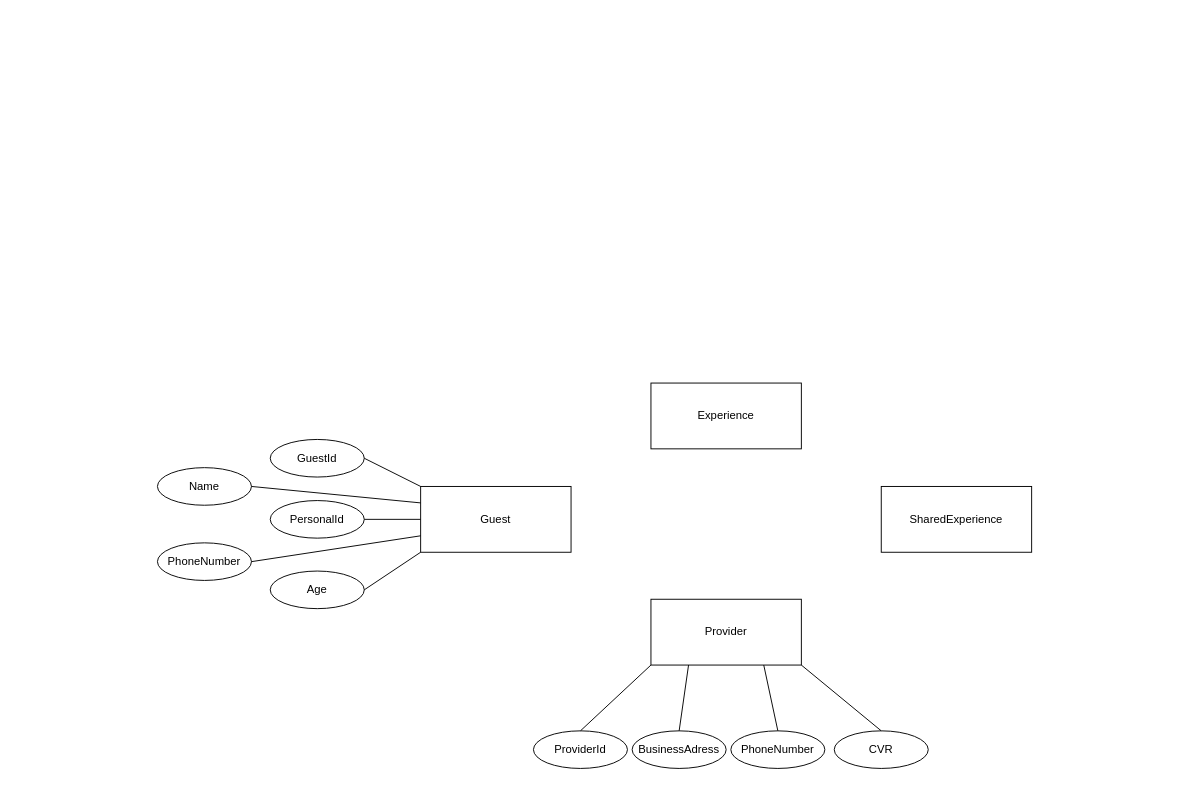
Above: BAD/Assignment1/ERDiagram.drawio in ReneDiff/4.-Semester (draw.io), before the change. Source tidied: cells renumbered, new cells numbered last; positions are measured from the earlier drawing's top-left corner, leaving out a move shared by most shapes. Both pictures are drawn from the tidied source at 94%, with x=0, y=0 at pixel (157, 383).
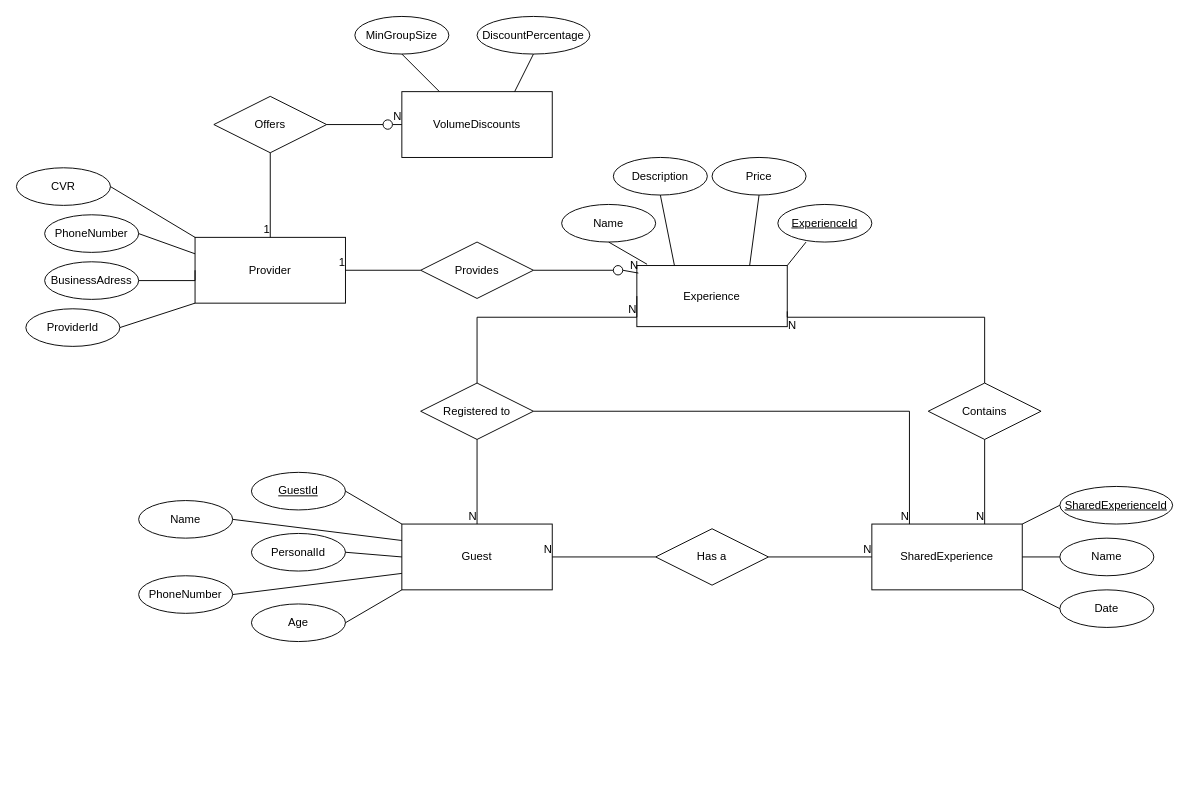
The same diagram, later.

The edit, as a diff of the source:
```diff
@@
     <mxCell id="2" value="Guest" style="whiteSpace=wrap;html=1;align=center;" parent="1" vertex="1">
-      <mxGeometry x="280" y="110" width="160" height="70" as="geometry" />
+      <mxGeometry x="260" y="150" width="160" height="70" as="geometry" />
     </mxCell>
-    <mxCell id="3" value="Provider" style="whiteSpace=wrap;html=1;align=center;" parent="1" vertex="1">
-      <mxGeometry x="525" y="230" width="160" height="70" as="geometry" />
+    <mxCell id="3" value="Provider" style="whiteSpace=wrap;html=1;align=center;direction=east;" parent="1" vertex="1">
+      <mxGeometry x="40" y="-155" width="160" height="70" as="geometry" />
     </mxCell>
     <mxCell id="4" value="SharedExperience" style="whiteSpace=wrap;html=1;align=center;" parent="1" vertex="1">
-      <mxGeometry x="770" y="110" width="160" height="70" as="geometry" />
+      <mxGeometry x="760" y="150" width="160" height="70" as="geometry" />
     </mxCell>
-    <mxCell id="5" value="Experience" style="whiteSpace=wrap;html=1;align=center;" parent="1" vertex="1">
-      <mxGeometry x="525" width="160" height="70" as="geometry" />
-    </mxCell>
-    <mxCell id="6" value="ProviderId" style="ellipse;whiteSpace=wrap;html=1;align=center;fontStyle=0;" parent="1" vertex="1">
-      <mxGeometry x="400" y="370" width="100" height="40" as="geometry" />
+    <mxCell id="6" value="ProviderId" style="ellipse;whiteSpace=wrap;html=1;align=center;fontStyle=0;direction=east;" parent="1" vertex="1">
+      <mxGeometry x="-140" y="-79" width="100" height="40" as="geometry" />
     </mxCell>
-    <mxCell id="7" value="BusinessAdress" style="ellipse;whiteSpace=wrap;html=1;align=center;fontStyle=0;" parent="1" vertex="1">
-      <mxGeometry x="505" y="370" width="100" height="40" as="geometry" />
+    <mxCell id="7" value="BusinessAdress" style="ellipse;whiteSpace=wrap;html=1;align=center;fontStyle=0;direction=east;" parent="1" vertex="1">
+      <mxGeometry x="-120" y="-129" width="100" height="40" as="geometry" />
     </mxCell>
-    <mxCell id="8" value="PhoneNumber" style="ellipse;whiteSpace=wrap;html=1;align=center;fontStyle=0;" parent="1" vertex="1">
-      <mxGeometry x="610" y="370" width="100" height="40" as="geometry" />
+    <mxCell id="8" value="PhoneNumber" style="ellipse;whiteSpace=wrap;html=1;align=center;fontStyle=0;direction=east;" parent="1" vertex="1">
+      <mxGeometry x="-120" y="-179" width="100" height="40" as="geometry" />
     </mxCell>
-    <mxCell id="9" value="CVR" style="ellipse;whiteSpace=wrap;html=1;align=center;fontStyle=0;" parent="1" vertex="1">
-      <mxGeometry x="720" y="370" width="100" height="40" as="geometry" />
+    <mxCell id="9" value="CVR" style="ellipse;whiteSpace=wrap;html=1;align=center;fontStyle=0;direction=east;" parent="1" vertex="1">
+      <mxGeometry x="-150" y="-229" width="100" height="40" as="geometry" />
     </mxCell>
-    <mxCell id="10" style="endArrow=none;html=1;rounded=0;entryX=0;entryY=1;entryDx=0;entryDy=0;exitX=0.5;exitY=0;exitDx=0;exitDy=0;" parent="1" edge="1" source="6" target="3">
+    <mxCell id="10" style="endArrow=none;html=1;rounded=0;entryX=0;entryY=1;entryDx=0;entryDy=0;exitX=1;exitY=0.5;exitDx=0;exitDy=0;" parent="1" edge="1" source="6" target="3">
       <mxGeometry relative="1" as="geometry" />
     </mxCell>
-    <mxCell id="11" style="endArrow=none;html=1;rounded=0;entryX=0.25;entryY=1;entryDx=0;entryDy=0;exitX=0.5;exitY=0;exitDx=0;exitDy=0;" parent="1" edge="1" source="7" target="3">
-      <mxGeometry relative="1" as="geometry" />
+    <mxCell id="11" style="endArrow=none;html=1;rounded=0;entryX=0;entryY=0.5;entryDx=0;entryDy=0;exitX=1;exitY=0.5;exitDx=0;exitDy=0;" parent="1" edge="1" source="7" target="3">
+      <mxGeometry relative="1" as="geometry">
+        <Array as="points">
+          <mxPoint x="40" y="-109" />
+        </Array>
+      </mxGeometry>
     </mxCell>
-    <mxCell id="12" style="endArrow=none;html=1;rounded=0;entryX=0.75;entryY=1;entryDx=0;entryDy=0;exitX=0.5;exitY=0;exitDx=0;exitDy=0;" parent="1" edge="1" source="8" target="3">
+    <mxCell id="12" style="endArrow=none;html=1;rounded=0;entryX=0;entryY=0.25;entryDx=0;entryDy=0;exitX=1;exitY=0.5;exitDx=0;exitDy=0;" parent="1" edge="1" source="8" target="3">
       <mxGeometry relative="1" as="geometry" />
     </mxCell>
-    <mxCell id="13" style="endArrow=none;html=1;rounded=0;exitX=1;exitY=1;exitDx=0;exitDy=0;entryX=0.5;entryY=0;entryDx=0;entryDy=0;" parent="1" edge="1" source="3" target="9">
+    <mxCell id="13" style="endArrow=none;html=1;rounded=0;exitX=0;exitY=0;exitDx=0;exitDy=0;entryX=1;entryY=0.5;entryDx=0;entryDy=0;" parent="1" edge="1" source="3" target="9">
       <mxGeometry relative="1" as="geometry" />
     </mxCell>
-    <mxCell id="14" value="GuestId" style="ellipse;whiteSpace=wrap;html=1;align=center;fontStyle=0;" parent="1" vertex="1">
-      <mxGeometry x="120" y="60" width="100" height="40" as="geometry" />
+    <mxCell id="14" value="GuestId" style="ellipse;whiteSpace=wrap;html=1;align=center;fontStyle=4;" parent="1" vertex="1">
+      <mxGeometry x="100" y="95" width="100" height="40" as="geometry" />
     </mxCell>
     <mxCell id="15" value="Name" style="ellipse;whiteSpace=wrap;html=1;align=center;fontStyle=0;" parent="1" vertex="1">
-      <mxGeometry y="90" width="100" height="40" as="geometry" />
+      <mxGeometry x="-20" y="125" width="100" height="40" as="geometry" />
     </mxCell>
     <mxCell id="16" value="PhoneNumber" style="ellipse;whiteSpace=wrap;html=1;align=center;fontStyle=0;" parent="1" vertex="1">
-      <mxGeometry y="170" width="100" height="40" as="geometry" />
+      <mxGeometry x="-20" y="205" width="100" height="40" as="geometry" />
     </mxCell>
     <mxCell id="17" value="Age" style="ellipse;whiteSpace=wrap;html=1;align=center;fontStyle=0;" parent="1" vertex="1">
-      <mxGeometry x="120" y="200" width="100" height="40" as="geometry" />
+      <mxGeometry x="100" y="235" width="100" height="40" as="geometry" />
     </mxCell>
     <mxCell id="18" value="PersonalId" style="ellipse;whiteSpace=wrap;html=1;align=center;fontStyle=0;" parent="1" vertex="1">
-      <mxGeometry x="120" y="125" width="100" height="40" as="geometry" />
+      <mxGeometry x="100" y="160" width="100" height="40" as="geometry" />
     </mxCell>
@@
+    <mxCell id="24" value="ExperienceId" style="ellipse;whiteSpace=wrap;html=1;align=center;fontStyle=4;" parent="1" vertex="1">
+      <mxGeometry x="660" y="-190" width="100" height="40" as="geometry" />
+    </mxCell>
+    <mxCell id="25" value="Name" style="ellipse;whiteSpace=wrap;html=1;align=center;fontStyle=0;" parent="1" vertex="1">
+      <mxGeometry x="430" y="-190" width="100" height="40" as="geometry" />
+    </mxCell>
+    <mxCell id="26" value="Description" style="ellipse;whiteSpace=wrap;html=1;align=center;fontStyle=0;" parent="1" vertex="1">
+      <mxGeometry x="485" y="-240" width="100" height="40" as="geometry" />
+    </mxCell>
+    <mxCell id="27" value="Price" style="ellipse;whiteSpace=wrap;html=1;align=center;fontStyle=0;" parent="1" vertex="1">
+      <mxGeometry x="590" y="-240" width="100" height="40" as="geometry" />
+    </mxCell>
+    <mxCell id="28" style="endArrow=none;html=1;rounded=0;exitX=0.5;exitY=1;exitDx=0;exitDy=0;entryX=1;entryY=0;entryDx=0;entryDy=0;" parent="1" edge="1" target="5">
+      <mxGeometry relative="1" as="geometry">
+        <mxPoint x="690" y="-150" as="sourcePoint" />
+      </mxGeometry>
+    </mxCell>
+    <mxCell id="29" style="endArrow=none;html=1;rounded=0;exitX=0.5;exitY=1;exitDx=0;exitDy=0;entryX=0.75;entryY=0;entryDx=0;entryDy=0;" parent="1" edge="1" source="27" target="5">
+      <mxGeometry relative="1" as="geometry" />
+    </mxCell>
+    <mxCell id="30" style="endArrow=none;html=1;rounded=0;exitX=0.5;exitY=1;exitDx=0;exitDy=0;entryX=0.25;entryY=0;entryDx=0;entryDy=0;" parent="1" edge="1" source="26" target="5">
+      <mxGeometry relative="1" as="geometry" />
+    </mxCell>
+    <mxCell id="31" style="endArrow=none;html=1;rounded=0;exitX=0.5;exitY=1;exitDx=0;exitDy=0;entryX=0.068;entryY=-0.021;entryDx=0;entryDy=0;entryPerimeter=0;" parent="1" edge="1" source="25" target="5">
+      <mxGeometry relative="1" as="geometry" />
+    </mxCell>
+    <mxCell id="32" value="SharedExperienceId" style="ellipse;whiteSpace=wrap;html=1;align=center;fontStyle=4;" parent="1" vertex="1">
+      <mxGeometry x="960" y="110" width="120" height="40" as="geometry" />
+    </mxCell>
+    <mxCell id="33" value="Date" style="ellipse;whiteSpace=wrap;html=1;align=center;fontStyle=0;" parent="1" vertex="1">
+      <mxGeometry x="960" y="220" width="100" height="40" as="geometry" />
+    </mxCell>
+    <mxCell id="34" value="Name" style="ellipse;whiteSpace=wrap;html=1;align=center;fontStyle=0;" parent="1" vertex="1">
+      <mxGeometry x="960" y="165" width="100" height="40" as="geometry" />
+    </mxCell>
+    <mxCell id="35" style="endArrow=none;html=1;rounded=0;entryX=0;entryY=0.5;entryDx=0;entryDy=0;exitX=1;exitY=0;exitDx=0;exitDy=0;" parent="1" edge="1" source="4" target="32">
+      <mxGeometry relative="1" as="geometry" />
+    </mxCell>
+    <mxCell id="36" style="endArrow=none;html=1;rounded=0;entryX=0;entryY=0.5;entryDx=0;entryDy=0;exitX=1;exitY=0.5;exitDx=0;exitDy=0;" parent="1" edge="1" source="4" target="34">
+      <mxGeometry relative="1" as="geometry" />
+    </mxCell>
+    <mxCell id="37" style="endArrow=none;html=1;rounded=0;entryX=0;entryY=0.5;entryDx=0;entryDy=0;exitX=1;exitY=1;exitDx=0;exitDy=0;" parent="1" edge="1" source="4" target="33">
+      <mxGeometry relative="1" as="geometry" />
+    </mxCell>
+    <mxCell id="38" value="Contains" style="shape=rhombus;perimeter=rhombusPerimeter;whiteSpace=wrap;html=1;align=center;" parent="1" vertex="1">
+      <mxGeometry x="820" width="120" height="60" as="geometry" />
+    </mxCell>
+    <mxCell id="39" style="endArrow=none;html=1;rounded=0;exitX=0.5;exitY=1;exitDx=0;exitDy=0;entryX=0.75;entryY=0;entryDx=0;entryDy=0;edgeStyle=orthogonalEdgeStyle;" parent="1" edge="1" source="38" target="4">
+      <mxGeometry relative="1" as="geometry" />
+    </mxCell>
+    <mxCell id="40" value="N" style="html=1;align=right;verticalAlign=bottom;" parent="39" vertex="1">
+      <mxGeometry x="1" relative="1" as="geometry" />
+    </mxCell>
+    <mxCell id="41" value="Has a" style="shape=rhombus;perimeter=rhombusPerimeter;whiteSpace=wrap;html=1;align=center;" parent="1" vertex="1">
+      <mxGeometry x="530" y="155" width="120" height="60" as="geometry" />
+    </mxCell>
+    <mxCell id="42" style="endArrow=none;html=1;rounded=0;entryX=1;entryY=0.5;entryDx=0;entryDy=0;exitX=0;exitY=0.5;exitDx=0;exitDy=0;" parent="1" edge="1" source="41" target="2">
+      <mxGeometry relative="1" as="geometry" />
+    </mxCell>
+    <mxCell id="43" value="N" style="html=1;align=right;verticalAlign=bottom;" parent="42" vertex="1">
+      <mxGeometry x="1" relative="1" as="geometry" />
+    </mxCell>
+    <mxCell id="44" value="Registered to" style="shape=rhombus;perimeter=rhombusPerimeter;whiteSpace=wrap;html=1;align=center;" parent="1" vertex="1">
+      <mxGeometry x="280" width="120" height="60" as="geometry" />
+    </mxCell>
+    <mxCell id="45" style="endArrow=none;html=1;rounded=0;exitX=1;exitY=0.5;exitDx=0;exitDy=0;entryX=0;entryY=0.5;entryDx=0;entryDy=0;" parent="1" edge="1" source="41" target="4">
+      <mxGeometry relative="1" as="geometry" />
+    </mxCell>
+    <mxCell id="46" value="N" style="html=1;align=right;verticalAlign=bottom;" parent="45" vertex="1">
+      <mxGeometry x="1" relative="1" as="geometry" />
+    </mxCell>
+    <mxCell id="47" style="endArrow=none;html=1;rounded=0;entryX=1;entryY=0.75;entryDx=0;entryDy=0;exitX=0.5;exitY=0;exitDx=0;exitDy=0;edgeStyle=orthogonalEdgeStyle;" parent="1" edge="1" source="38" target="5">
+      <mxGeometry relative="1" as="geometry">
+        <Array as="points">
+          <mxPoint x="880" y="-70" />
+          <mxPoint x="670" y="-70" />
+        </Array>
+      </mxGeometry>
+    </mxCell>
+    <mxCell id="48" value="N" style="html=1;align=right;verticalAlign=bottom;" parent="47" vertex="1">
+      <mxGeometry x="1" relative="1" as="geometry">
+        <mxPoint x="10" y="23" as="offset" />
+      </mxGeometry>
+    </mxCell>
+    <mxCell id="49" style="endArrow=none;html=1;rounded=0;exitX=0.5;exitY=1;exitDx=0;exitDy=0;entryX=0.5;entryY=0;entryDx=0;entryDy=0;" parent="1" edge="1" source="44" target="2">
+      <mxGeometry relative="1" as="geometry" />
+    </mxCell>
+    <mxCell id="50" value="N" style="html=1;align=right;verticalAlign=bottom;" parent="49" vertex="1">
+      <mxGeometry x="1" relative="1" as="geometry" />
+    </mxCell>
+    <mxCell id="51" style="endArrow=none;html=1;rounded=0;exitX=0.5;exitY=0;exitDx=0;exitDy=0;entryX=0;entryY=0.5;entryDx=0;entryDy=0;edgeStyle=orthogonalEdgeStyle;" parent="1" edge="1" source="44">
+      <mxGeometry relative="1" as="geometry">
+        <mxPoint x="510" y="-92.5" as="targetPoint" />
+        <Array as="points">
+          <mxPoint x="340" y="-70" />
+          <mxPoint x="510" y="-70" />
+        </Array>
+      </mxGeometry>
+    </mxCell>
+    <mxCell id="52" value="N" style="html=1;align=right;verticalAlign=bottom;" parent="51" vertex="1">
+      <mxGeometry x="1" relative="1" as="geometry">
+        <mxPoint y="23" as="offset" />
+      </mxGeometry>
+    </mxCell>
+    <mxCell id="53" style="endArrow=none;html=1;rounded=0;exitX=1;exitY=0.5;exitDx=0;exitDy=0;entryX=0.25;entryY=0;entryDx=0;entryDy=0;edgeStyle=orthogonalEdgeStyle;" parent="1" edge="1" source="44" target="4">
+      <mxGeometry relative="1" as="geometry" />
+    </mxCell>
+    <mxCell id="54" value="N" style="html=1;align=right;verticalAlign=bottom;" parent="53" vertex="1">
+      <mxGeometry x="1" relative="1" as="geometry" />
+    </mxCell>
+    <mxCell id="55" value="Provides" style="shape=rhombus;perimeter=rhombusPerimeter;whiteSpace=wrap;html=1;align=center;" parent="1" vertex="1">
+      <mxGeometry x="280" y="-150" width="120" height="60" as="geometry" />
+    </mxCell>
+    <mxCell id="56" style="endArrow=none;html=1;rounded=0;entryX=1;entryY=0.5;entryDx=0;entryDy=0;exitX=0;exitY=0.5;exitDx=0;exitDy=0;" parent="1" edge="1" source="55" target="3">
+      <mxGeometry relative="1" as="geometry" />
+    </mxCell>
+    <mxCell id="57" value="1" style="html=1;align=right;verticalAlign=bottom;" parent="56" vertex="1">
+      <mxGeometry x="1" relative="1" as="geometry" />
+    </mxCell>
+    <mxCell id="58" style="endArrow=none;html=1;rounded=0;exitX=1;exitY=0.5;exitDx=0;exitDy=0;entryX=0.01;entryY=0.173;entryDx=0;entryDy=0;entryPerimeter=0;startArrow=none;" parent="1" edge="1" source="61">
+      <mxGeometry relative="1" as="geometry">
+        <mxPoint x="511.6" y="-117" as="targetPoint" />
+      </mxGeometry>
+    </mxCell>
+    <mxCell id="59" value="N" style="html=1;align=right;verticalAlign=bottom;" parent="58" vertex="1">
+      <mxGeometry x="1" relative="1" as="geometry" />
+    </mxCell>
+    <mxCell id="60" style="endArrow=none;html=1;rounded=0;exitX=1;exitY=0.5;exitDx=0;exitDy=0;entryX=0;entryY=0.5;entryDx=0;entryDy=0;" parent="1" edge="1" source="55" target="61">
+      <mxGeometry relative="1" as="geometry" />
+    </mxCell>
+    <mxCell id="61" style="ellipse;whiteSpace=wrap;html=1;fillColor=#FFFFFF;" parent="1" vertex="1">
+      <mxGeometry x="485" y="-125" width="10" height="10" as="geometry" />
+    </mxCell>
+    <mxCell id="5" value="Experience" style="whiteSpace=wrap;html=1;align=center;fillColor=none;" parent="1" vertex="1">
+      <mxGeometry x="510" y="-125" width="160" height="65" as="geometry" />
+    </mxCell>
+    <mxCell id="62" value="VolumeDiscounts" style="whiteSpace=wrap;html=1;align=center;direction=east;" parent="1" vertex="1">
+      <mxGeometry x="260" y="-310" width="160" height="70" as="geometry" />
+    </mxCell>
+    <mxCell id="63" value="Offers" style="shape=rhombus;perimeter=rhombusPerimeter;whiteSpace=wrap;html=1;align=center;" parent="1" vertex="1">
+      <mxGeometry x="60" y="-305" width="120" height="60" as="geometry" />
+    </mxCell>
+    <mxCell id="64" style="endArrow=none;html=1;rounded=0;exitX=0.5;exitY=1;exitDx=0;exitDy=0;entryX=0.5;entryY=0;entryDx=0;entryDy=0;" parent="1" edge="1" source="63" target="3">
+      <mxGeometry relative="1" as="geometry" />
+    </mxCell>
+    <mxCell id="65" value="1" style="html=1;align=right;verticalAlign=bottom;fillColor=none;" parent="64" vertex="1">
+      <mxGeometry x="1" relative="1" as="geometry" />
+    </mxCell>
+    <mxCell id="66" style="endArrow=none;html=1;rounded=0;exitX=1;exitY=0.5;exitDx=0;exitDy=0;entryX=0;entryY=0.5;entryDx=0;entryDy=0;startArrow=none;" parent="1" edge="1" source="73" target="62">
+      <mxGeometry relative="1" as="geometry" />
+    </mxCell>
+    <mxCell id="67" value="N" style="html=1;align=right;verticalAlign=bottom;fillColor=none;" parent="66" vertex="1">
+      <mxGeometry x="1" relative="1" as="geometry" />
+    </mxCell>
+    <mxCell id="68" value="MinGroupSize" style="ellipse;whiteSpace=wrap;html=1;align=center;fontStyle=0;" parent="1" vertex="1">
+      <mxGeometry x="210" y="-390" width="100" height="40" as="geometry" />
+    </mxCell>
+    <mxCell id="69" style="endArrow=none;html=1;rounded=0;exitX=0.5;exitY=1;exitDx=0;exitDy=0;entryX=0.25;entryY=0;entryDx=0;entryDy=0;" parent="1" edge="1" source="68" target="62">
+      <mxGeometry relative="1" as="geometry" />
+    </mxCell>
+    <mxCell id="70" value="DiscountPercentage" style="ellipse;whiteSpace=wrap;html=1;align=center;fontStyle=0;" parent="1" vertex="1">
+      <mxGeometry x="340" y="-390" width="120" height="40" as="geometry" />
+    </mxCell>
+    <mxCell id="71" style="endArrow=none;html=1;rounded=0;exitX=0.5;exitY=1;exitDx=0;exitDy=0;entryX=0.75;entryY=0;entryDx=0;entryDy=0;" parent="1" edge="1" source="70" target="62">
+      <mxGeometry relative="1" as="geometry" />
+    </mxCell>
+    <mxCell id="72" style="endArrow=none;html=1;rounded=0;exitX=1;exitY=0.5;exitDx=0;exitDy=0;entryX=0;entryY=0.5;entryDx=0;entryDy=0;" parent="1" edge="1" source="63" target="73">
+      <mxGeometry relative="1" as="geometry" />
+    </mxCell>
+    <mxCell id="73" style="ellipse;whiteSpace=wrap;html=1;fillColor=#FFFFFF;" parent="1" vertex="1">
+      <mxGeometry x="240" y="-280" width="10" height="10" as="geometry" />
+    </mxCell>
```
